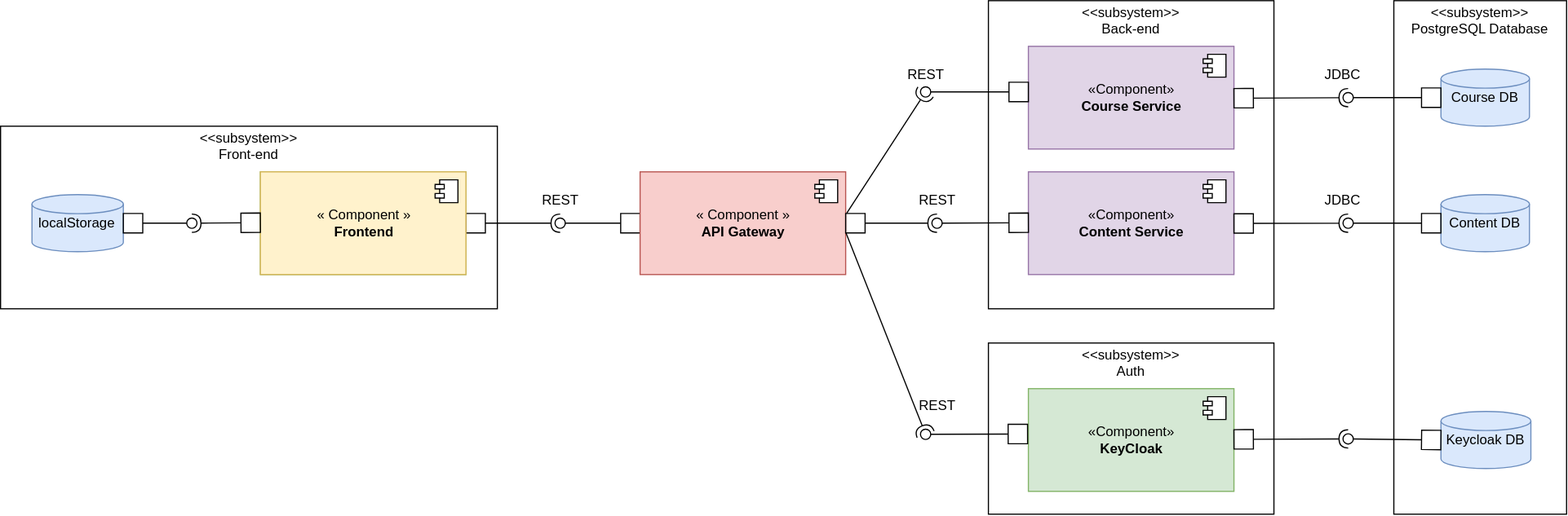
Above: docs/design/components-diagram/component-diagram.dio.svg in dmr4eg/la-infrastructure (draw.io), before the change. Source tidied: cells renumbered, new cells last; positions are measured from the earlier drawing's top-left corner, leaving out a move shared by most shapes.
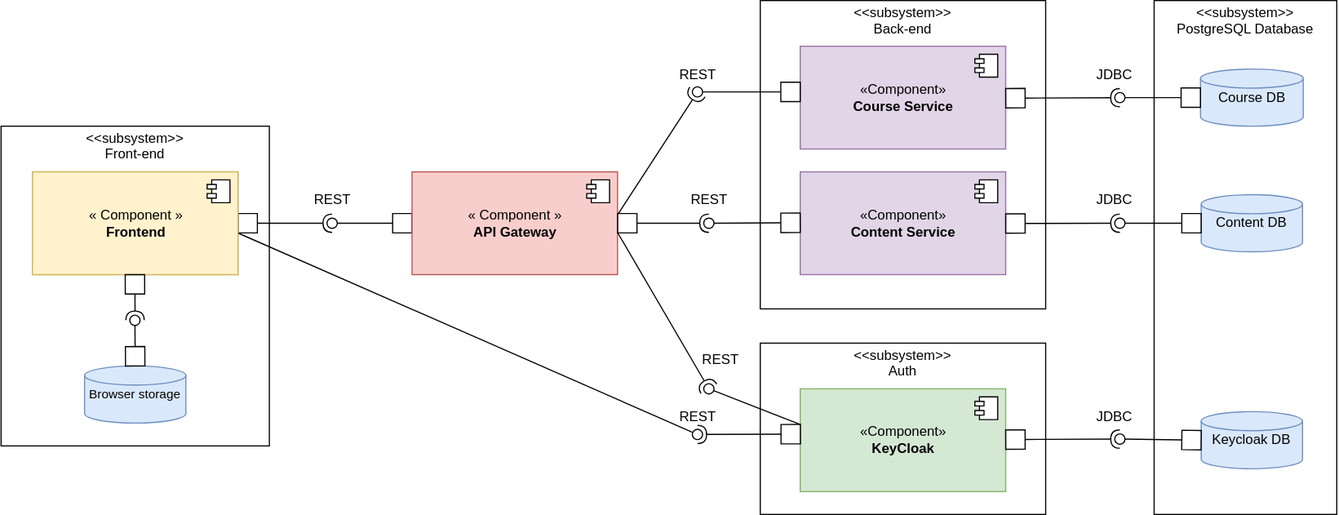
After the commit.

What changed in the source:
```diff
@@ -3,10 +3,10 @@
     <mxCell id="0" />
     <mxCell id="1" parent="0" />
     <mxCell id="2" value="&lt;p style=&quot;margin:0px;margin-top:4px;text-align:center;&quot;&gt;&lt;/p&gt;&lt;div style=&quot;height:2px;&quot;&gt;&lt;div style=&quot;text-align: center;&quot;&gt;&lt;span style=&quot;background-color: transparent;&quot;&gt;&amp;lt;&amp;lt;subsystem&amp;gt;&amp;gt;&lt;/span&gt;&lt;/div&gt;&lt;div style=&quot;text-align: center;&quot;&gt;&lt;span style=&quot;background-color: transparent;&quot;&gt;Front-end&lt;/span&gt;&lt;/div&gt;&lt;div style=&quot;text-align: center;&quot;&gt;&lt;br&gt;&lt;/div&gt;&lt;/div&gt;" style="verticalAlign=top;align=left;overflow=fill;html=1;whiteSpace=wrap;" parent="1" vertex="1">
-      <mxGeometry y="110" width="435" height="160" as="geometry" />
+      <mxGeometry x="200" y="110" width="235" height="280" as="geometry" />
     </mxCell>
     <mxCell id="3" value="&lt;p style=&quot;margin:0px;margin-top:4px;text-align:center;&quot;&gt;&lt;/p&gt;&lt;div style=&quot;height:2px;&quot;&gt;&lt;div style=&quot;text-align: center;&quot;&gt;&lt;span style=&quot;background-color: transparent;&quot;&gt;&amp;lt;&amp;lt;subsystem&amp;gt;&amp;gt;&lt;/span&gt;&lt;/div&gt;&lt;div style=&quot;text-align: center;&quot;&gt;&lt;span style=&quot;background-color: transparent;&quot;&gt;PostgreSQL Database&lt;/span&gt;&lt;/div&gt;&lt;div style=&quot;text-align: center;&quot;&gt;&lt;br&gt;&lt;/div&gt;&lt;/div&gt;" style="verticalAlign=top;align=left;overflow=fill;html=1;whiteSpace=wrap;" parent="1" vertex="1">
-      <mxGeometry x="1220" width="151.2" height="450" as="geometry" />
+      <mxGeometry x="1210" width="160" height="450" as="geometry" />
     </mxCell>
     <mxCell id="4" value="&lt;p style=&quot;margin:0px;margin-top:4px;text-align:center;&quot;&gt;&lt;/p&gt;&lt;div style=&quot;height:2px;&quot;&gt;&lt;div style=&quot;text-align: center;&quot;&gt;&lt;span style=&quot;background-color: transparent;&quot;&gt;&amp;lt;&amp;lt;subsystem&amp;gt;&amp;gt;&lt;/span&gt;&lt;/div&gt;&lt;div style=&quot;text-align: center;&quot;&gt;&lt;span style=&quot;background-color: transparent;&quot;&gt;Back-end&lt;/span&gt;&lt;/div&gt;&lt;div style=&quot;text-align: center;&quot;&gt;&lt;br&gt;&lt;/div&gt;&lt;/div&gt;" style="verticalAlign=top;align=left;overflow=fill;html=1;whiteSpace=wrap;" parent="1" vertex="1">
       <mxGeometry x="865" width="250" height="270" as="geometry" />
@@ -64,6 +64,11 @@
         <mxPoint x="490" y="195" as="targetPoint" />
       </mxGeometry>
     </mxCell>
+    <mxCell id="44" style="edgeStyle=none;html=1;exitX=1.002;exitY=0.597;exitDx=0;exitDy=0;exitPerimeter=0;endArrow=oval;endFill=0;startSize=6;endSize=9;" parent="1" edge="1" source="18">
+      <mxGeometry relative="1" as="geometry">
+        <mxPoint x="810" y="380" as="targetPoint" />
+      </mxGeometry>
+    </mxCell>
     <mxCell id="18" value="«&lt;span style=&quot;color: rgb(0, 0, 0);&quot;&gt;Component&lt;/span&gt;»&lt;br&gt;&lt;b&gt;Frontend&lt;/b&gt;" style="html=1;fillColor=#fff2cc;strokeColor=#d6b656;" parent="1" vertex="1">
       <mxGeometry x="227.5" y="150" width="180" height="90" as="geometry" />
     </mxCell>
@@ -77,10 +82,10 @@
         <mxPoint x="820" y="195" as="targetPoint" />
       </mxGeometry>
     </mxCell>
-    <mxCell id="21" style="edgeStyle=none;html=1;endArrow=halfCircle;endFill=0;endSize=6;startSize=15;startArrow=box;startFill=0;" parent="1" edge="1">
+    <mxCell id="21" style="edgeStyle=none;html=1;endArrow=halfCircle;endFill=0;endSize=6;startSize=15;startArrow=box;startFill=0;exitX=0.541;exitY=1.001;exitDx=0;exitDy=0;exitPerimeter=0;" parent="1" edge="1">
       <mxGeometry relative="1" as="geometry">
-        <mxPoint x="227.5" y="194.6" as="sourcePoint" />
-        <mxPoint x="167.5" y="195" as="targetPoint" />
+        <mxPoint x="317.2" y="240" as="sourcePoint" />
+        <mxPoint x="317.4" y="279.9" as="targetPoint" />
       </mxGeometry>
     </mxCell>
     <mxCell id="22" style="edgeStyle=none;html=1;endArrow=oval;endFill=0;endSize=9;startSize=15;startArrow=box;startFill=0;" parent="1" edge="1">
@@ -95,22 +100,22 @@
         <mxPoint x="810" y="80" as="targetPoint" />
       </mxGeometry>
     </mxCell>
-    <mxCell id="24" style="edgeStyle=none;html=1;endArrow=oval;endFill=0;endSize=9;startSize=15;startArrow=box;startFill=0;exitX=-0.004;exitY=0.441;exitDx=0;exitDy=0;exitPerimeter=0;" parent="1" edge="1" source="6">
+    <mxCell id="24" style="edgeStyle=none;html=1;endArrow=halfCircle;endFill=0;endSize=6;startSize=15;startArrow=box;startFill=0;exitX=0.001;exitY=0.441;exitDx=0;exitDy=0;exitPerimeter=0;" parent="1" edge="1" source="6">
       <mxGeometry relative="1" as="geometry">
         <mxPoint x="810" y="380" as="targetPoint" />
       </mxGeometry>
     </mxCell>
     <mxCell id="25" value="Course DB" style="strokeWidth=1;html=1;shape=mxgraph.flowchart.database;whiteSpace=wrap;fillColor=#dae8fc;strokeColor=#6c8ebf;" parent="1" vertex="1">
-      <mxGeometry x="1261.2" y="60" width="77.5" height="50" as="geometry" />
+      <mxGeometry x="1250.6" y="60" width="90" height="50" as="geometry" />
     </mxCell>
     <mxCell id="26" value="&lt;span style=&quot;color: rgb(0, 0, 0);&quot;&gt;Content DB&lt;/span&gt;" style="strokeWidth=1;html=1;shape=mxgraph.flowchart.database;whiteSpace=wrap;fillColor=#dae8fc;strokeColor=#6c8ebf;" parent="1" vertex="1">
-      <mxGeometry x="1261.2" y="170" width="77.5" height="50" as="geometry" />
+      <mxGeometry x="1251.2" y="170" width="88.8" height="50" as="geometry" />
     </mxCell>
     <mxCell id="27" value="&lt;span style=&quot;color: rgb(0, 0, 0);&quot;&gt;Keycloak DB&lt;/span&gt;" style="strokeWidth=1;html=1;shape=mxgraph.flowchart.database;whiteSpace=wrap;fillColor=#dae8fc;strokeColor=#6c8ebf;" parent="1" vertex="1">
-      <mxGeometry x="1261.2" y="360" width="78.8" height="50" as="geometry" />
+      <mxGeometry x="1251.2" y="360" width="88.8" height="50" as="geometry" />
     </mxCell>
-    <mxCell id="28" value="localStorage" style="strokeWidth=1;html=1;shape=mxgraph.flowchart.database;whiteSpace=wrap;fillColor=#dae8fc;strokeColor=#6c8ebf;" parent="1" vertex="1">
-      <mxGeometry x="27.5" y="170" width="80" height="50" as="geometry" />
+    <mxCell id="28" value="&lt;font style=&quot;font-size: 11px;&quot;&gt;Browser storage&lt;/font&gt;" style="strokeWidth=1;html=1;shape=mxgraph.flowchart.database;whiteSpace=wrap;fillColor=#dae8fc;strokeColor=#6c8ebf;" parent="1" vertex="1">
+      <mxGeometry x="273.1" y="320" width="88.8" height="50" as="geometry" />
     </mxCell>
     <mxCell id="29" style="edgeStyle=none;html=1;endArrow=oval;endFill=0;endSize=9;startSize=15;startArrow=box;startFill=0;exitX=0;exitY=0.5;exitDx=0;exitDy=0;exitPerimeter=0;" parent="1" edge="1" source="26">
       <mxGeometry relative="1" as="geometry">
@@ -127,9 +132,9 @@
         <mxPoint x="1180" y="384" as="targetPoint" />
       </mxGeometry>
     </mxCell>
-    <mxCell id="32" style="edgeStyle=none;html=1;endArrow=oval;endFill=0;endSize=9;startSize=15;startArrow=box;startFill=0;exitX=1;exitY=0.5;exitDx=0;exitDy=0;exitPerimeter=0;" parent="1" edge="1" source="28">
+    <mxCell id="32" style="edgeStyle=none;html=1;endArrow=oval;endFill=0;endSize=9;startSize=15;startArrow=box;startFill=0;exitX=0.5;exitY=0;exitDx=0;exitDy=0;exitPerimeter=0;" parent="1" edge="1" source="28">
       <mxGeometry relative="1" as="geometry">
-        <mxPoint x="167.5" y="195" as="targetPoint" />
+        <mxPoint x="317.2" y="280" as="targetPoint" />
       </mxGeometry>
     </mxCell>
     <mxCell id="33" style="edgeStyle=none;html=1;endArrow=halfCircle;endFill=0;startArrow=box;startFill=0;endSize=6;targetPerimeterSpacing=0;sourcePerimeterSpacing=0;startSize=15;" parent="1" edge="1">
@@ -152,7 +157,7 @@
     </mxCell>
     <mxCell id="36" style="edgeStyle=none;html=1;endArrow=halfCircle;endFill=0;startArrow=none;startFill=0;endSize=6;targetPerimeterSpacing=0;sourcePerimeterSpacing=0;startSize=15;jumpSize=0;strokeWidth=1;exitX=1.002;exitY=0.597;exitDx=0;exitDy=0;exitPerimeter=0;" parent="1" edge="1" source="15">
       <mxGeometry relative="1" as="geometry">
-        <mxPoint x="810" y="380" as="targetPoint" />
+        <mxPoint x="820" y="340" as="targetPoint" />
       </mxGeometry>
     </mxCell>
     <mxCell id="37" style="edgeStyle=none;html=1;endArrow=halfCircle;endFill=0;startArrow=none;startFill=0;endSize=6;targetPerimeterSpacing=0;sourcePerimeterSpacing=0;startSize=15;jumpSize=0;strokeWidth=1;exitX=1.005;exitY=0.403;exitDx=0;exitDy=0;exitPerimeter=0;" parent="1" edge="1" source="15">
@@ -167,7 +172,7 @@
       <mxGeometry x="790" y="160" width="60" height="30" as="geometry" />
     </mxCell>
     <mxCell id="40" value="REST" style="text;html=1;align=center;verticalAlign=middle;strokeColor=none;fillColor=none;" parent="1" vertex="1">
-      <mxGeometry x="790" y="340" width="60" height="30" as="geometry" />
+      <mxGeometry x="800" y="300" width="60" height="30" as="geometry" />
     </mxCell>
     <mxCell id="41" value="JDBC" style="text;html=1;align=center;verticalAlign=middle;strokeColor=none;fillColor=none;" parent="1" vertex="1">
       <mxGeometry x="1150" y="50" width="50" height="30" as="geometry" />
@@ -178,5 +183,16 @@
     <mxCell id="43" value="REST" style="text;html=1;align=center;verticalAlign=middle;strokeColor=none;fillColor=none;" parent="1" vertex="1">
       <mxGeometry x="460" y="160" width="60" height="30" as="geometry" />
     </mxCell>
+    <mxCell id="45" value="JDBC" style="text;html=1;align=center;verticalAlign=middle;strokeColor=none;fillColor=none;" parent="1" vertex="1">
+      <mxGeometry x="1150" y="350" width="50" height="30" as="geometry" />
+    </mxCell>
+    <mxCell id="46" style="edgeStyle=none;html=1;endArrow=oval;endFill=0;endSize=9;startSize=15;startArrow=none;startFill=0;exitX=0.001;exitY=0.348;exitDx=0;exitDy=0;exitPerimeter=0;" parent="1" edge="1" source="6">
+      <mxGeometry relative="1" as="geometry">
+        <mxPoint x="820" y="340" as="targetPoint" />
+      </mxGeometry>
+    </mxCell>
+    <mxCell id="47" value="REST" style="text;html=1;align=center;verticalAlign=middle;strokeColor=none;fillColor=none;imageHeight=24;imageWidth=20;" parent="1" vertex="1">
+      <mxGeometry x="780" y="350" width="60" height="30" as="geometry" />
+    </mxCell>
   </root>
 </mxGraphModel>
```
